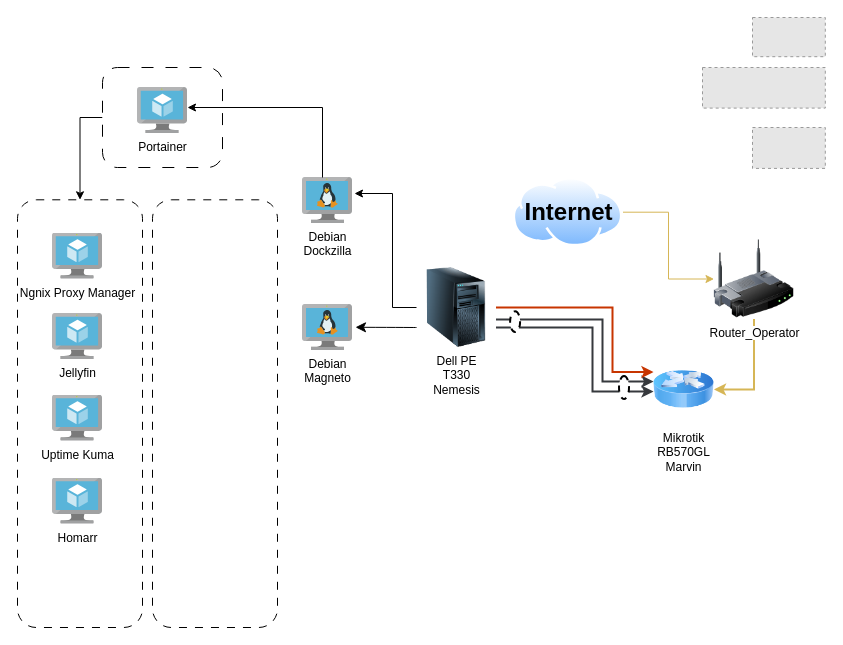
Above: ProjetoNebula_Diagram0.drawio in jarmis0n/ProjetoNebula (draw.io), before the change. Source tidied: cells renumbered, new cells numbered last; positions are measured from the earlier drawing's top-left corner, leaving out a move shared by most shapes. Both pictures are drawn from the tidied source at 100%, with x=0, y=0 at pixel (17, 17). Pictures stored in the file or linked from it are replaced by grey dashed boxes.
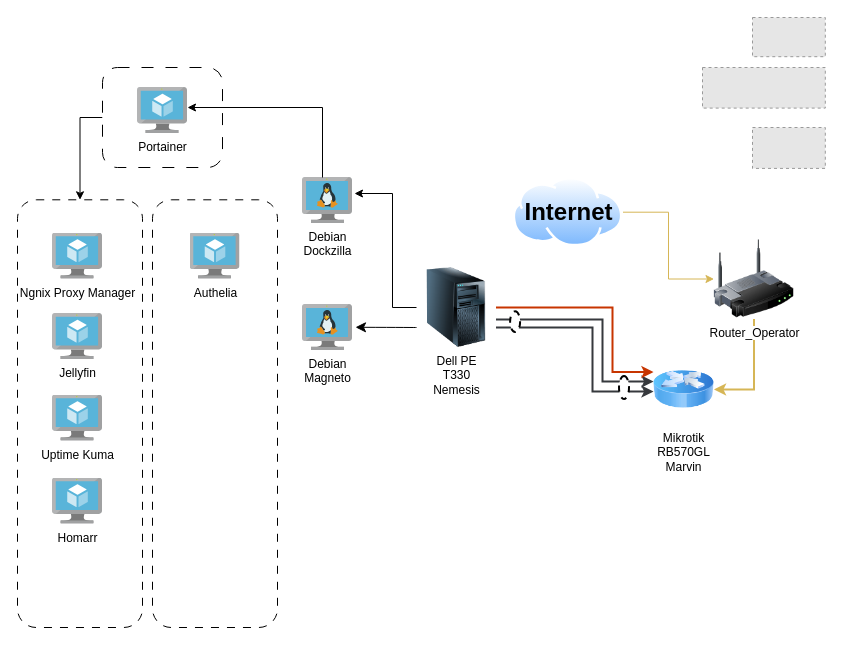
The same page after the edit.

Change to the diagram source:
```diff
@@
+    <mxCell id="31" value="&lt;font&gt;Authelia&lt;/font&gt;" style="image;sketch=0;html=1;align=center;fontSize=12;image=img/lib/mscae/Virtual_Machine.svg;" parent="1" vertex="1">
+      <mxGeometry x="172.5" y="215.5" width="50" height="46" as="geometry" />
+    </mxCell>
```
